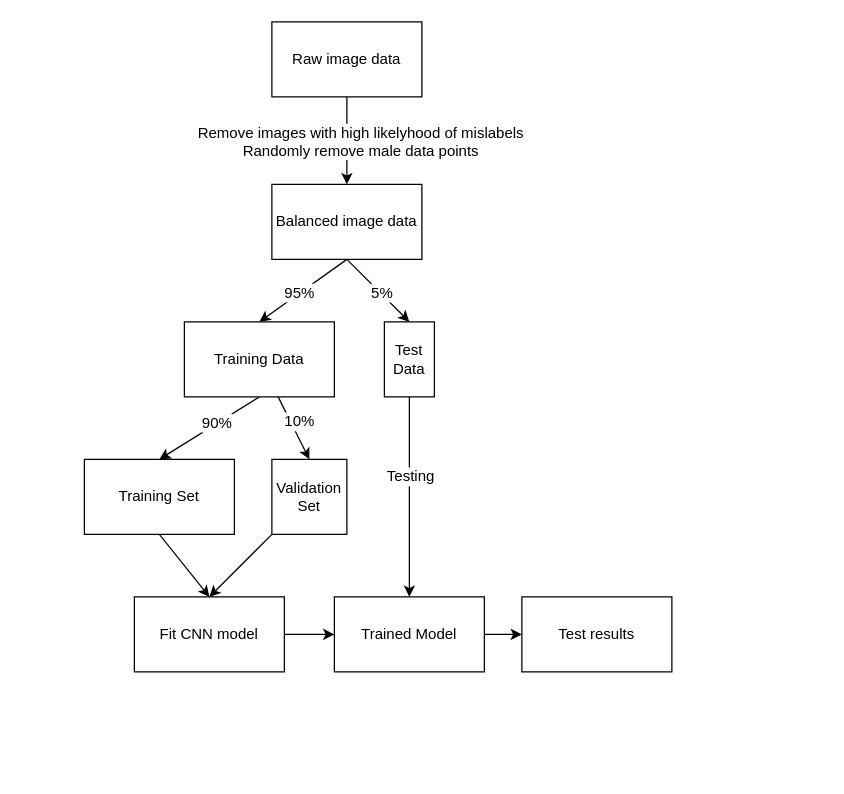
Earlier version of the draw.io diagram page "Page-3" (3 of 3) of Presentation/Presentation.drawio (airoscar/3ShadesML). Source tidied: cells renumbered, new cells numbered last; positions are measured from the earlier drawing's top-left corner, leaving out a move shared by most shapes. Both pictures are drawn from the tidied source at 125%, with x=0, y=0 at pixel (84, 21).
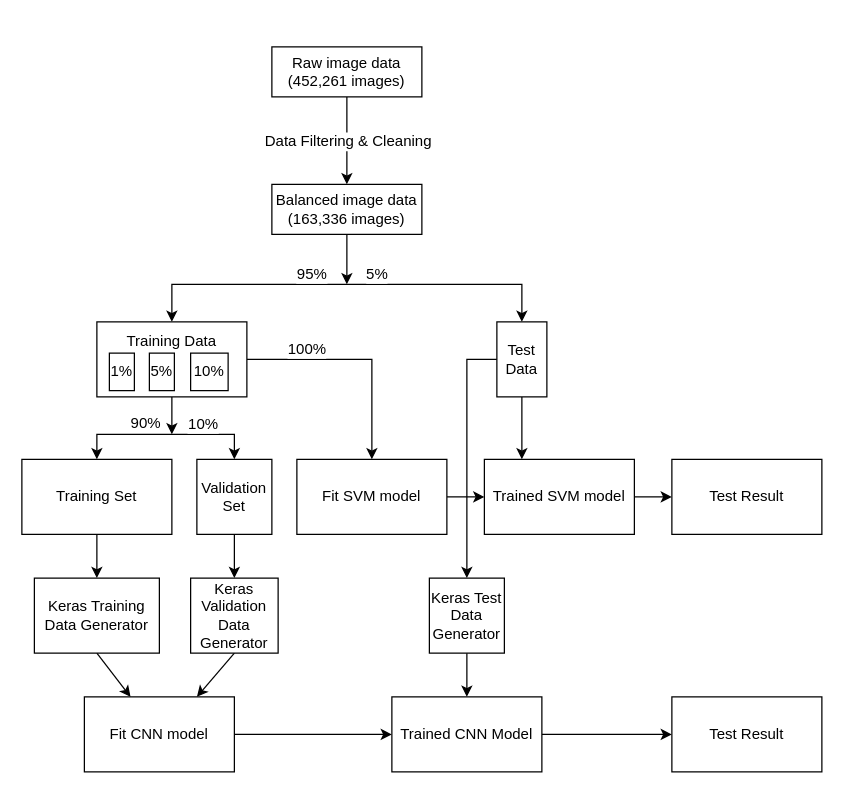
The same page after the edit.

The change refers to these unchanged cells:
```xml
<mxCell id="2" style="edgeStyle=orthogonalEdgeStyle;rounded=0;jettySize=auto;html=1;exitX=0.5;exitY=1;exitDx=0;exitDy=0;entryX=0.5;entryY=0;entryDx=0;entryDy=0;" parent="1" edge="1" source="4" target="9">
  <mxGeometry relative="1" as="geometry" />
</mxCell>
```

What changed in the source:
```diff
@@
-    <mxCell id="3" value="Remove images with high likelyhood of mislabels&lt;br&gt;Randomly remove male data points&lt;br&gt;" style="text;html=1;align=center;verticalAlign=middle;labelBackgroundColor=#ffffff;" parent="2" vertex="1">
+    <mxCell id="3" value="Data Filtering &amp;amp; Cleaning&lt;br&gt;" style="text;html=1;align=center;verticalAlign=middle;labelBackgroundColor=#ffffff;" parent="2" vertex="1">
       <mxGeometry x="-0.26" y="1" relative="1" as="geometry">
-        <mxPoint x="9" y="9" as="offset" />
+        <mxPoint x="-1" y="9" as="offset" />
       </mxGeometry>
     </mxCell>
-    <mxCell id="4" value="Raw image data" style="rounded=0;whiteSpace=wrap;html=1;" parent="1" vertex="1">
-      <mxGeometry x="150" width="120" height="60" as="geometry" />
+    <mxCell id="4" value="Raw image data &lt;br&gt;(&lt;span&gt;452,261 images)&lt;/span&gt;" style="rounded=0;whiteSpace=wrap;html=1;" parent="1" vertex="1">
+      <mxGeometry x="150" y="20" width="120" height="40" as="geometry" />
     </mxCell>
-    <mxCell id="5" style="rounded=0;jettySize=auto;html=1;exitX=0.5;exitY=1;exitDx=0;exitDy=0;entryX=0.5;entryY=0;entryDx=0;entryDy=0;" parent="1" edge="1" source="9" target="14">
-      <mxGeometry relative="1" as="geometry" />
-    </mxCell>
+    <mxCell id="27" style="edgeStyle=orthogonalEdgeStyle;rounded=0;jettySize=auto;html=1;" parent="1" edge="1" source="9">
+      <mxGeometry relative="1" as="geometry">
+        <mxPoint x="210" y="210" as="targetPoint" />
+      </mxGeometry>
+    </mxCell>
+    <mxCell id="9" value="Balanced image data&lt;br&gt;(&lt;span&gt;163,336 images)&lt;/span&gt;&lt;br&gt;" style="rounded=0;whiteSpace=wrap;html=1;" parent="1" vertex="1">
+      <mxGeometry x="150" y="130" width="120" height="40" as="geometry" />
+    </mxCell>
+    <mxCell id="28" style="edgeStyle=orthogonalEdgeStyle;rounded=0;jettySize=auto;html=1;entryX=0.5;entryY=0;entryDx=0;entryDy=0;" parent="1" edge="1" source="14" target="39">
+      <mxGeometry relative="1" as="geometry" />
+    </mxCell>
+    <mxCell id="29" value="100%" style="text;html=1;align=center;verticalAlign=middle;labelBackgroundColor=#ffffff;" parent="28" vertex="1">
+      <mxGeometry x="-0.41" y="1" relative="1" as="geometry">
+        <mxPoint x="-6" y="-8" as="offset" />
+      </mxGeometry>
+    </mxCell>
+    <mxCell id="30" style="edgeStyle=orthogonalEdgeStyle;rounded=0;jettySize=auto;html=1;entryX=0.5;entryY=0;entryDx=0;entryDy=0;startArrow=classic;startFill=1;" parent="1" edge="1" source="14" target="17">
+      <mxGeometry relative="1" as="geometry">
+        <Array as="points">
+          <mxPoint x="70" y="210" />
+          <mxPoint x="350" y="210" />
+        </Array>
+      </mxGeometry>
+    </mxCell>
-    <mxCell id="6" value="95%" style="text;html=1;align=center;verticalAlign=middle;labelBackgroundColor=#ffffff;" parent="5" vertex="1">
-      <mxGeometry x="0.06" y="-1" relative="1" as="geometry">
-        <mxPoint y="1" as="offset" />
+    <mxCell id="6" value="95%" style="text;html=1;align=center;verticalAlign=middle;labelBackgroundColor=#ffffff;" parent="30" vertex="1">
+      <mxGeometry x="-0.27" y="-1" relative="1" as="geometry">
+        <mxPoint x="17" y="-10" as="offset" />
       </mxGeometry>
     </mxCell>
-    <mxCell id="7" style="edgeStyle=none;rounded=0;jettySize=auto;html=1;exitX=0.5;exitY=1;exitDx=0;exitDy=0;entryX=0.5;entryY=0;entryDx=0;entryDy=0;" parent="1" edge="1" source="9" target="17">
-      <mxGeometry relative="1" as="geometry" />
-    </mxCell>
-    <mxCell id="8" value="5%" style="text;html=1;align=center;verticalAlign=middle;labelBackgroundColor=#ffffff;" parent="7" vertex="1">
-      <mxGeometry x="-0.12" y="1" relative="1" as="geometry">
-        <mxPoint x="4.5" y="5" as="offset" />
+    <mxCell id="8" value="5%" style="text;html=1;align=center;verticalAlign=middle;labelBackgroundColor=#ffffff;" parent="30" vertex="1">
+      <mxGeometry x="0.13" y="2" relative="1" as="geometry">
+        <mxPoint x="1" y="-7" as="offset" />
       </mxGeometry>
     </mxCell>
-    <mxCell id="9" value="Balanced image data" style="rounded=0;whiteSpace=wrap;html=1;" parent="1" vertex="1">
-      <mxGeometry x="150" y="130" width="120" height="60" as="geometry" />
-    </mxCell>
-    <mxCell id="10" style="edgeStyle=none;rounded=0;jettySize=auto;html=1;exitX=0.5;exitY=1;exitDx=0;exitDy=0;entryX=0.5;entryY=0;entryDx=0;entryDy=0;" parent="1" edge="1" source="14" target="19">
-      <mxGeometry relative="1" as="geometry" />
-    </mxCell>
+    <mxCell id="31" style="edgeStyle=orthogonalEdgeStyle;rounded=0;jettySize=auto;html=1;exitX=0.5;exitY=1;exitDx=0;exitDy=0;startArrow=none;startFill=0;" parent="1" edge="1" source="14">
+      <mxGeometry relative="1" as="geometry">
+        <mxPoint x="70" y="330" as="targetPoint" />
+      </mxGeometry>
+    </mxCell>
+    <mxCell id="14" value="Training Data&lt;br&gt;&lt;br&gt;&lt;br&gt;" style="rounded=0;whiteSpace=wrap;html=1;" parent="1" vertex="1">
+      <mxGeometry x="10" y="240" width="120" height="60" as="geometry" />
+    </mxCell>
+    <mxCell id="32" style="edgeStyle=none;rounded=0;jettySize=auto;html=1;entryX=0.25;entryY=0;entryDx=0;entryDy=0;" parent="1" edge="1" source="17" target="41">
+      <mxGeometry relative="1" as="geometry" />
+    </mxCell>
+    <mxCell id="33" style="edgeStyle=orthogonalEdgeStyle;rounded=0;jettySize=auto;html=1;entryX=0.5;entryY=0;entryDx=0;entryDy=0;" parent="1" edge="1" source="17" target="47">
+      <mxGeometry relative="1" as="geometry">
+        <Array as="points">
+          <mxPoint x="306" y="270" />
+        </Array>
+      </mxGeometry>
+    </mxCell>
+    <mxCell id="17" value="Test Data" style="rounded=0;whiteSpace=wrap;html=1;" parent="1" vertex="1">
+      <mxGeometry x="330" y="240" width="40" height="60" as="geometry" />
+    </mxCell>
+    <mxCell id="34" style="edgeStyle=none;rounded=0;jettySize=auto;html=1;exitX=0.5;exitY=1;exitDx=0;exitDy=0;entryX=0.5;entryY=0;entryDx=0;entryDy=0;" parent="1" edge="1" source="19" target="43">
+      <mxGeometry relative="1" as="geometry" />
+    </mxCell>
+    <mxCell id="19" value="Training Set" style="rounded=0;whiteSpace=wrap;html=1;" parent="1" vertex="1">
+      <mxGeometry x="-50" y="350" width="120" height="60" as="geometry" />
+    </mxCell>
+    <mxCell id="35" style="edgeStyle=none;rounded=0;jettySize=auto;html=1;exitX=0.5;exitY=1;exitDx=0;exitDy=0;entryX=0.5;entryY=0;entryDx=0;entryDy=0;" parent="1" edge="1" source="21" target="45">
+      <mxGeometry relative="1" as="geometry" />
+    </mxCell>
+    <mxCell id="36" style="edgeStyle=orthogonalEdgeStyle;rounded=0;jettySize=auto;html=1;exitX=0.5;exitY=0;exitDx=0;exitDy=0;entryX=0.5;entryY=0;entryDx=0;entryDy=0;startArrow=classic;startFill=1;" parent="1" edge="1" source="21" target="19">
+      <mxGeometry relative="1" as="geometry" />
+    </mxCell>
-    <mxCell id="11" value="90%" style="text;html=1;align=center;verticalAlign=middle;labelBackgroundColor=#ffffff;" parent="10" vertex="1">
-      <mxGeometry x="-0.16" y="-1" relative="1" as="geometry" />
+    <mxCell id="11" value="90%" style="text;html=1;align=center;verticalAlign=middle;labelBackgroundColor=#ffffff;" parent="36" vertex="1">
+      <mxGeometry x="0.23" y="1" relative="1" as="geometry">
+        <mxPoint y="-11" as="offset" />
+      </mxGeometry>
     </mxCell>
-    <mxCell id="12" style="edgeStyle=none;rounded=0;jettySize=auto;html=1;entryX=0.5;entryY=0;entryDx=0;entryDy=0;" parent="1" edge="1" source="14" target="21">
-      <mxGeometry relative="1" as="geometry" />
-    </mxCell>
-    <mxCell id="13" value="10%" style="text;html=1;align=center;verticalAlign=middle;labelBackgroundColor=#ffffff;" parent="12" vertex="1">
-      <mxGeometry x="-0.33" y="-3" relative="1" as="geometry">
-        <mxPoint x="11" y="1.5" as="offset" />
+    <mxCell id="13" value="10%" style="text;html=1;align=center;verticalAlign=middle;labelBackgroundColor=#ffffff;" parent="36" vertex="1">
+      <mxGeometry x="-0.4" relative="1" as="geometry">
+        <mxPoint x="-1" y="-9" as="offset" />
       </mxGeometry>
     </mxCell>
-    <mxCell id="14" value="Training Data" style="rounded=0;whiteSpace=wrap;html=1;" parent="1" vertex="1">
-      <mxGeometry x="80" y="240" width="120" height="60" as="geometry" />
-    </mxCell>
-    <mxCell id="15" style="edgeStyle=none;rounded=0;jettySize=auto;html=1;entryX=0.5;entryY=0;entryDx=0;entryDy=0;" parent="1" edge="1" source="17" target="25">
-      <mxGeometry relative="1" as="geometry" />
-    </mxCell>
-    <mxCell id="16" value="Testing" style="text;html=1;align=center;verticalAlign=middle;labelBackgroundColor=#ffffff;" parent="15" vertex="1">
-      <mxGeometry x="-0.23" y="-1" relative="1" as="geometry">
-        <mxPoint x="1" y="1" as="offset" />
-      </mxGeometry>
-    </mxCell>
-    <mxCell id="17" value="Test Data" style="rounded=0;whiteSpace=wrap;html=1;" parent="1" vertex="1">
-      <mxGeometry x="240" y="240" width="40" height="60" as="geometry" />
-    </mxCell>
-    <mxCell id="18" style="edgeStyle=none;rounded=0;jettySize=auto;html=1;exitX=0.5;exitY=1;exitDx=0;exitDy=0;entryX=0.5;entryY=0;entryDx=0;entryDy=0;" parent="1" edge="1" source="19" target="23">
-      <mxGeometry relative="1" as="geometry" />
-    </mxCell>
-    <mxCell id="19" value="Training Set" style="rounded=0;whiteSpace=wrap;html=1;" parent="1" vertex="1">
-      <mxGeometry y="350" width="120" height="60" as="geometry" />
-    </mxCell>
-    <mxCell id="20" style="edgeStyle=none;rounded=0;jettySize=auto;html=1;entryX=0.5;entryY=0;entryDx=0;entryDy=0;" parent="1" edge="1" source="21" target="23">
-      <mxGeometry relative="1" as="geometry" />
-    </mxCell>
     <mxCell id="21" value="Validation Set" style="rounded=0;whiteSpace=wrap;html=1;" parent="1" vertex="1">
-      <mxGeometry x="150" y="350" width="60" height="60" as="geometry" />
+      <mxGeometry x="90" y="350" width="60" height="60" as="geometry" />
     </mxCell>
@@
     <mxCell id="23" value="Fit CNN model" style="rounded=0;whiteSpace=wrap;html=1;" parent="1" vertex="1">
-      <mxGeometry x="40" y="460" width="120" height="60" as="geometry" />
+      <mxGeometry y="540" width="120" height="60" as="geometry" />
     </mxCell>
-    <mxCell id="24" style="edgeStyle=none;rounded=0;jettySize=auto;html=1;exitX=1;exitY=0.5;exitDx=0;exitDy=0;entryX=0;entryY=0.5;entryDx=0;entryDy=0;" parent="1" edge="1" source="25" target="26">
-      <mxGeometry relative="1" as="geometry" />
-    </mxCell>
+    <mxCell id="37" style="edgeStyle=orthogonalEdgeStyle;rounded=0;jettySize=auto;html=1;exitX=1;exitY=0.5;exitDx=0;exitDy=0;entryX=0;entryY=0.5;entryDx=0;entryDy=0;" parent="1" edge="1" source="25" target="49">
+      <mxGeometry relative="1" as="geometry" />
+    </mxCell>
-    <mxCell id="25" value="Trained Model" style="rounded=0;whiteSpace=wrap;html=1;" parent="1" vertex="1">
-      <mxGeometry x="200" y="460" width="120" height="60" as="geometry" />
+    <mxCell id="25" value="Trained CNN Model" style="rounded=0;whiteSpace=wrap;html=1;" parent="1" vertex="1">
+      <mxGeometry x="246" y="540" width="120" height="60" as="geometry" />
     </mxCell>
-    <mxCell id="26" value="Test results" style="rounded=0;whiteSpace=wrap;html=1;" parent="1" vertex="1">
-      <mxGeometry x="350" y="460" width="120" height="60" as="geometry" />
-    </mxCell>
+    <mxCell id="38" style="edgeStyle=orthogonalEdgeStyle;rounded=0;jettySize=auto;html=1;exitX=1;exitY=0.5;exitDx=0;exitDy=0;entryX=0;entryY=0.5;entryDx=0;entryDy=0;" parent="1" edge="1" source="39" target="41">
+      <mxGeometry relative="1" as="geometry" />
+    </mxCell>
+    <mxCell id="39" value="Fit SVM model" style="rounded=0;whiteSpace=wrap;html=1;" parent="1" vertex="1">
+      <mxGeometry x="170" y="350" width="120" height="60" as="geometry" />
+    </mxCell>
+    <mxCell id="40" style="edgeStyle=orthogonalEdgeStyle;rounded=0;jettySize=auto;html=1;exitX=1;exitY=0.5;exitDx=0;exitDy=0;entryX=0;entryY=0.5;entryDx=0;entryDy=0;" parent="1" edge="1" source="41" target="48">
+      <mxGeometry relative="1" as="geometry" />
+    </mxCell>
+    <mxCell id="41" value="Trained SVM model" style="rounded=0;whiteSpace=wrap;html=1;" parent="1" vertex="1">
+      <mxGeometry x="320" y="350" width="120" height="60" as="geometry" />
+    </mxCell>
+    <mxCell id="42" style="rounded=0;jettySize=auto;html=1;exitX=0.5;exitY=1;exitDx=0;exitDy=0;" parent="1" edge="1" source="43" target="23">
+      <mxGeometry relative="1" as="geometry" />
+    </mxCell>
+    <mxCell id="43" value="Keras Training Data Generator" style="rounded=0;whiteSpace=wrap;html=1;" parent="1" vertex="1">
+      <mxGeometry x="-40" y="445" width="100" height="60" as="geometry" />
+    </mxCell>
+    <mxCell id="44" style="edgeStyle=none;rounded=0;jettySize=auto;html=1;exitX=0.5;exitY=1;exitDx=0;exitDy=0;entryX=0.75;entryY=0;entryDx=0;entryDy=0;" parent="1" edge="1" source="45" target="23">
+      <mxGeometry relative="1" as="geometry" />
+    </mxCell>
+    <mxCell id="45" value="Keras Validation Data Generator" style="rounded=0;whiteSpace=wrap;html=1;" parent="1" vertex="1">
+      <mxGeometry x="85" y="445" width="70" height="60" as="geometry" />
+    </mxCell>
+    <mxCell id="46" style="edgeStyle=none;rounded=0;jettySize=auto;html=1;exitX=0.5;exitY=1;exitDx=0;exitDy=0;entryX=0.5;entryY=0;entryDx=0;entryDy=0;" parent="1" edge="1" source="47" target="25">
+      <mxGeometry relative="1" as="geometry" />
+    </mxCell>
+    <mxCell id="47" value="Keras Test Data Generator" style="rounded=0;whiteSpace=wrap;html=1;" parent="1" vertex="1">
+      <mxGeometry x="276" y="445" width="60" height="60" as="geometry" />
+    </mxCell>
+    <mxCell id="48" value="Test Result" style="rounded=0;whiteSpace=wrap;html=1;" parent="1" vertex="1">
+      <mxGeometry x="470" y="350" width="120" height="60" as="geometry" />
+    </mxCell>
+    <mxCell id="49" value="Test Result" style="rounded=0;whiteSpace=wrap;html=1;" parent="1" vertex="1">
+      <mxGeometry x="470" y="540" width="120" height="60" as="geometry" />
+    </mxCell>
+    <mxCell id="50" value="1%" style="rounded=0;whiteSpace=wrap;html=1;" parent="1" vertex="1">
+      <mxGeometry x="20" y="265" width="20" height="30" as="geometry" />
+    </mxCell>
+    <mxCell id="51" value="5%" style="rounded=0;whiteSpace=wrap;html=1;" parent="1" vertex="1">
+      <mxGeometry x="52" y="265" width="20" height="30" as="geometry" />
+    </mxCell>
+    <mxCell id="52" value="10%" style="rounded=0;whiteSpace=wrap;html=1;" parent="1" vertex="1">
+      <mxGeometry x="85" y="265" width="30" height="30" as="geometry" />
+    </mxCell>
```
